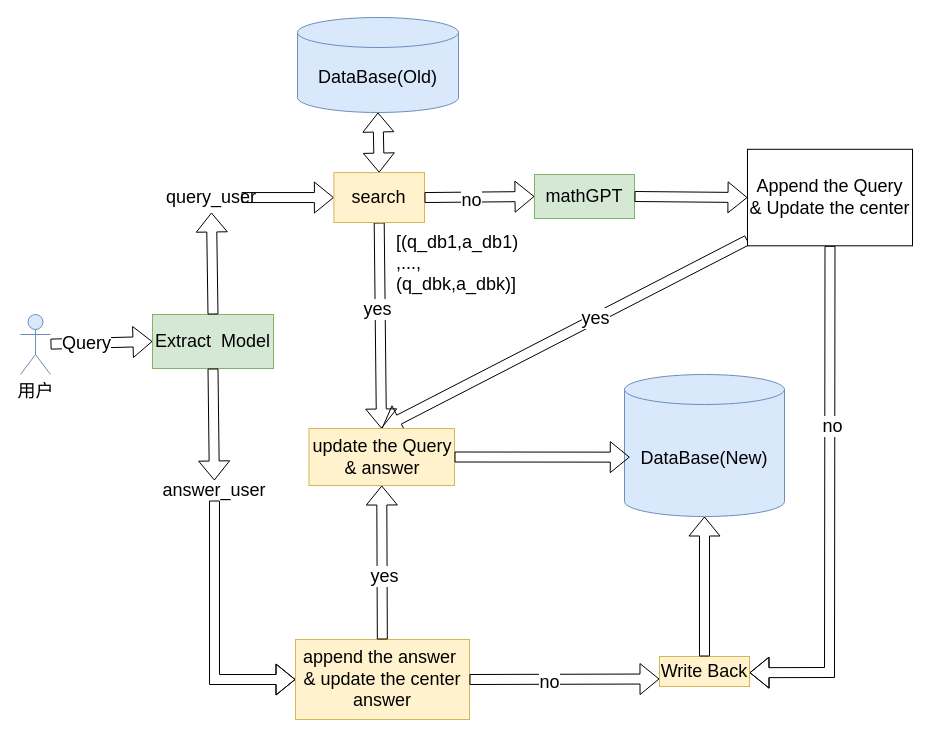
Above: pics/未命名绘图.drawio in QinHsiu/plot_demo (draw.io), before the change. Source tidied: cells renumbered, new cells numbered last; positions are measured from the earlier drawing's top-left corner, leaving out a move shared by most shapes. Both pictures are drawn from the tidied source at 100%, with x=0, y=0 at pixel (20, 17).
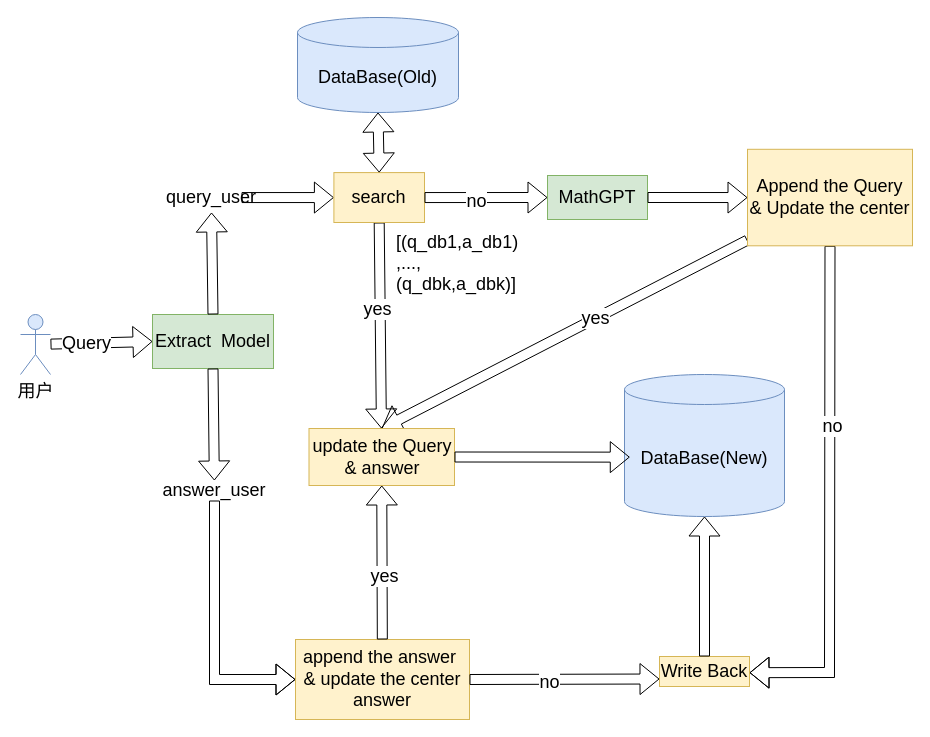
The same diagram, later.

Diff of the diagram source:
```diff
@@
-    <mxCell id="11" value="&lt;font style=&quot;font-size: 18px;&quot;&gt;mathGPT&lt;/font&gt;" style="rounded=0;whiteSpace=wrap;html=1;fillColor=#d5e8d4;gradientColor=none;strokeColor=#82b366;" parent="1" vertex="1">
-      <mxGeometry x="514" y="157" width="100" height="44" as="geometry" />
+    <mxCell id="11" value="&lt;font style=&quot;font-size: 18px;&quot;&gt;MathGPT&lt;/font&gt;" style="rounded=0;whiteSpace=wrap;html=1;fillColor=#d5e8d4;gradientColor=none;strokeColor=#82b366;" parent="1" vertex="1">
+      <mxGeometry x="527" y="158" width="100" height="44" as="geometry" />
     </mxCell>
@@
-    <mxCell id="23" value="&lt;font style=&quot;font-size: 18px;&quot;&gt;Append the Query &amp;amp; Update the center&lt;/font&gt;" style="rounded=0;whiteSpace=wrap;html=1;" parent="1" vertex="1">
+    <mxCell id="23" value="&lt;font style=&quot;font-size: 18px;&quot;&gt;Append the Query &amp;amp; Update the center&lt;/font&gt;" style="rounded=0;whiteSpace=wrap;html=1;fillColor=#fff2cc;gradientColor=none;strokeColor=#d6b656;" parent="1" vertex="1">
       <mxGeometry x="727" y="131.8" width="165" height="96.5" as="geometry" />
     </mxCell>
```
